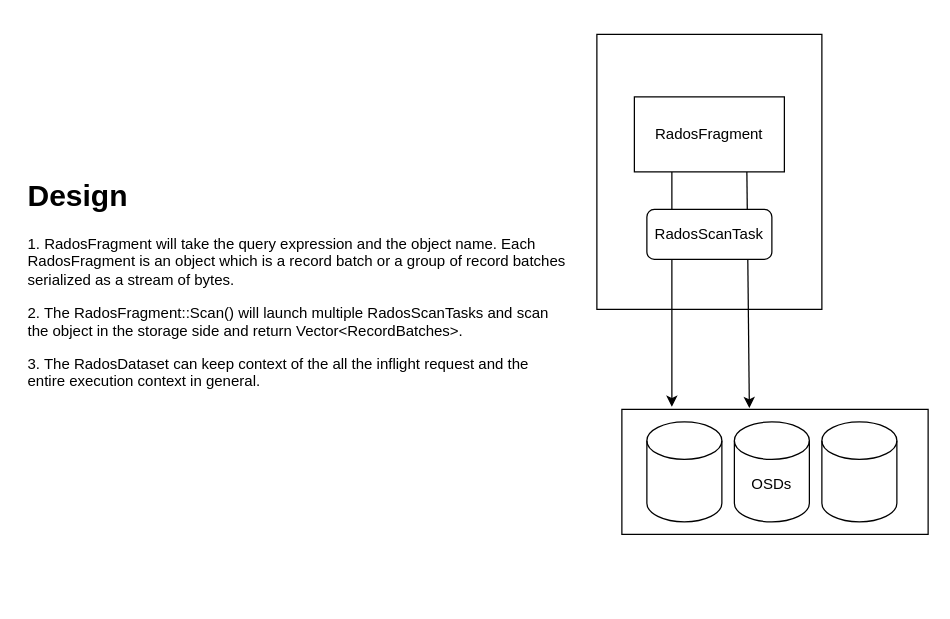
Before: arrow-cls.drawio in JayjeetAtGithub/draw.io, a draw.io diagram. Source tidied: cells renumbered, new cells numbered last; positions are measured from the earlier drawing's top-left corner, leaving out a move shared by most shapes. Both pictures are drawn from the tidied source at 125%, with x=0, y=0 at pixel (21, 34).
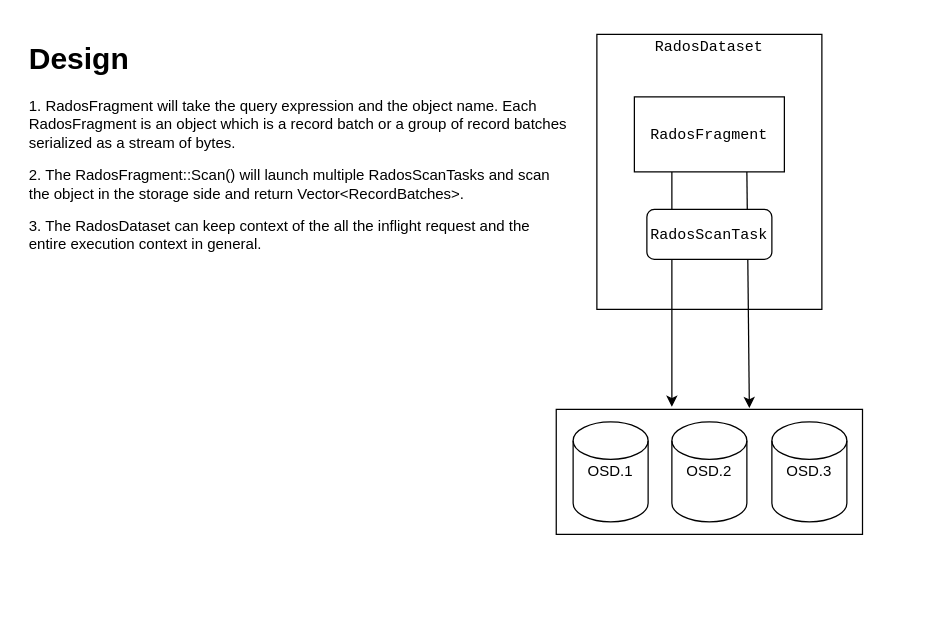
The same page after the edit.

Change to the diagram source:
```diff
@@
 <mxGraphModel>
   <root>
     <mxCell id="0" />
     <mxCell id="1" parent="0" />
     <mxCell id="2" style="rounded=0;whiteSpace=wrap;html=1;" parent="1" vertex="1">
       <mxGeometry x="460" width="180" height="220" as="geometry" />
     </mxCell>
     <mxCell id="3" style="endArrow=classic;html=1;exitX=0.25;exitY=1;exitDx=0;exitDy=0;" parent="1" edge="1" source="7">
       <mxGeometry relative="1" as="geometry">
         <mxPoint x="520" y="298" as="targetPoint" />
       </mxGeometry>
     </mxCell>
     <mxCell id="4" style="endArrow=classic;html=1;exitX=0.75;exitY=1;exitDx=0;exitDy=0;" parent="1" edge="1" source="7">
       <mxGeometry relative="1" as="geometry">
         <mxPoint x="582" y="299" as="targetPoint" />
       </mxGeometry>
     </mxCell>
     <mxCell id="5" style="rounded=1;whiteSpace=wrap;html=1;" parent="1" vertex="1">
       <mxGeometry x="500" y="140" width="100" height="40" as="geometry" />
     </mxCell>
     <mxCell id="6" style="rounded=0;whiteSpace=wrap;html=1;" parent="1" vertex="1">
-      <mxGeometry x="480" y="300" width="245" height="100" as="geometry" />
+      <mxGeometry x="427.5" y="300" width="245" height="100" as="geometry" />
     </mxCell>
-    <mxCell id="7" value="RadosFragment" style="rounded=0;whiteSpace=wrap;html=1;" parent="1" vertex="1">
+    <mxCell id="7" value="&lt;font face=&quot;Courier New&quot;&gt;RadosFragment&lt;/font&gt;" style="rounded=0;whiteSpace=wrap;html=1;" parent="1" vertex="1">
       <mxGeometry x="490" y="50" width="120" height="60" as="geometry" />
     </mxCell>
-    <mxCell id="8" style="shape=cylinder2;whiteSpace=wrap;html=1;boundedLbl=1;backgroundOutline=1;size=15;" parent="1" vertex="1">
-      <mxGeometry x="640" y="310" width="60" height="80" as="geometry" />
+    <mxCell id="8" value="OSD.3" style="shape=cylinder2;whiteSpace=wrap;html=1;boundedLbl=1;backgroundOutline=1;size=15;" parent="1" vertex="1">
+      <mxGeometry x="600" y="310" width="60" height="80" as="geometry" />
     </mxCell>
-    <mxCell id="9" style="shape=cylinder2;whiteSpace=wrap;html=1;boundedLbl=1;backgroundOutline=1;size=15;" parent="1" vertex="1">
-      <mxGeometry x="570" y="310" width="60" height="80" as="geometry" />
+    <mxCell id="9" value="OSD.2" style="shape=cylinder2;whiteSpace=wrap;html=1;boundedLbl=1;backgroundOutline=1;size=15;" parent="1" vertex="1">
+      <mxGeometry x="520" y="310" width="60" height="80" as="geometry" />
     </mxCell>
-    <mxCell id="10" style="shape=cylinder2;whiteSpace=wrap;html=1;boundedLbl=1;backgroundOutline=1;size=15;" parent="1" vertex="1">
-      <mxGeometry x="500" y="310" width="60" height="80" as="geometry" />
+    <mxCell id="10" value="OSD.1" style="shape=cylinder2;whiteSpace=wrap;html=1;boundedLbl=1;backgroundOutline=1;size=15;" parent="1" vertex="1">
+      <mxGeometry x="441" y="310" width="60" height="80" as="geometry" />
     </mxCell>
-    <mxCell id="11" value="OSDs&lt;br&gt;" style="text;html=1;strokeColor=none;fillColor=none;align=center;verticalAlign=middle;whiteSpace=wrap;rounded=0;" parent="1" vertex="1">
-      <mxGeometry x="580" y="350" width="40" height="20" as="geometry" />
-    </mxCell>
-    <mxCell id="12" value="RadosScanTask" style="text;html=1;strokeColor=none;fillColor=none;align=center;verticalAlign=middle;whiteSpace=wrap;rounded=0;" parent="1" vertex="1">
+    <mxCell id="12" value="&lt;font face=&quot;Courier New&quot;&gt;RadosScanTask&lt;/font&gt;" style="text;html=1;strokeColor=none;fillColor=none;align=center;verticalAlign=middle;whiteSpace=wrap;rounded=0;" parent="1" vertex="1">
       <mxGeometry x="530" y="150" width="40" height="20" as="geometry" />
     </mxCell>
     <mxCell id="13" value="&lt;h1&gt;Design&lt;/h1&gt;&lt;p&gt;1. RadosFragment will take the query expression and the object name. Each RadosFragment is an object which is a record batch or a group of record batches serialized as a stream of bytes.&lt;/p&gt;&lt;p&gt;2. The RadosFragment::Scan() will launch multiple RadosScanTasks and scan the object in the storage side and return Vector&amp;lt;RecordBatches&amp;gt;.&lt;/p&gt;&lt;p&gt;3. The RadosDataset can keep context of the all the inflight request and the entire execution context in general.&lt;/p&gt;&lt;p&gt;&lt;br&gt;&lt;/p&gt;&lt;p&gt;&lt;br&gt;&lt;/p&gt;" style="text;html=1;strokeColor=none;fillColor=none;spacing=5;spacingTop=-20;whiteSpace=wrap;overflow=hidden;rounded=0;" parent="1" vertex="1">
-      <mxGeometry y="110" width="440" height="340" as="geometry" />
+      <mxGeometry x="1" width="440" height="200" as="geometry" />
     </mxCell>
     <mxCell id="14" style="edgeStyle=orthogonalEdgeStyle;rounded=0;orthogonalLoop=1;jettySize=auto;html=1;exitX=0.5;exitY=1;exitDx=0;exitDy=0;" parent="1" edge="1" source="2" target="2">
       <mxGeometry relative="1" as="geometry" />
     </mxCell>
+    <mxCell id="15" value="&lt;font face=&quot;Courier New&quot;&gt;RadosDataset&lt;/font&gt;" style="text;html=1;strokeColor=none;fillColor=none;align=center;verticalAlign=middle;whiteSpace=wrap;rounded=0;" parent="1" vertex="1">
+      <mxGeometry x="530" width="40" height="20" as="geometry" />
+    </mxCell>
   </root>
 </mxGraphModel>
```
